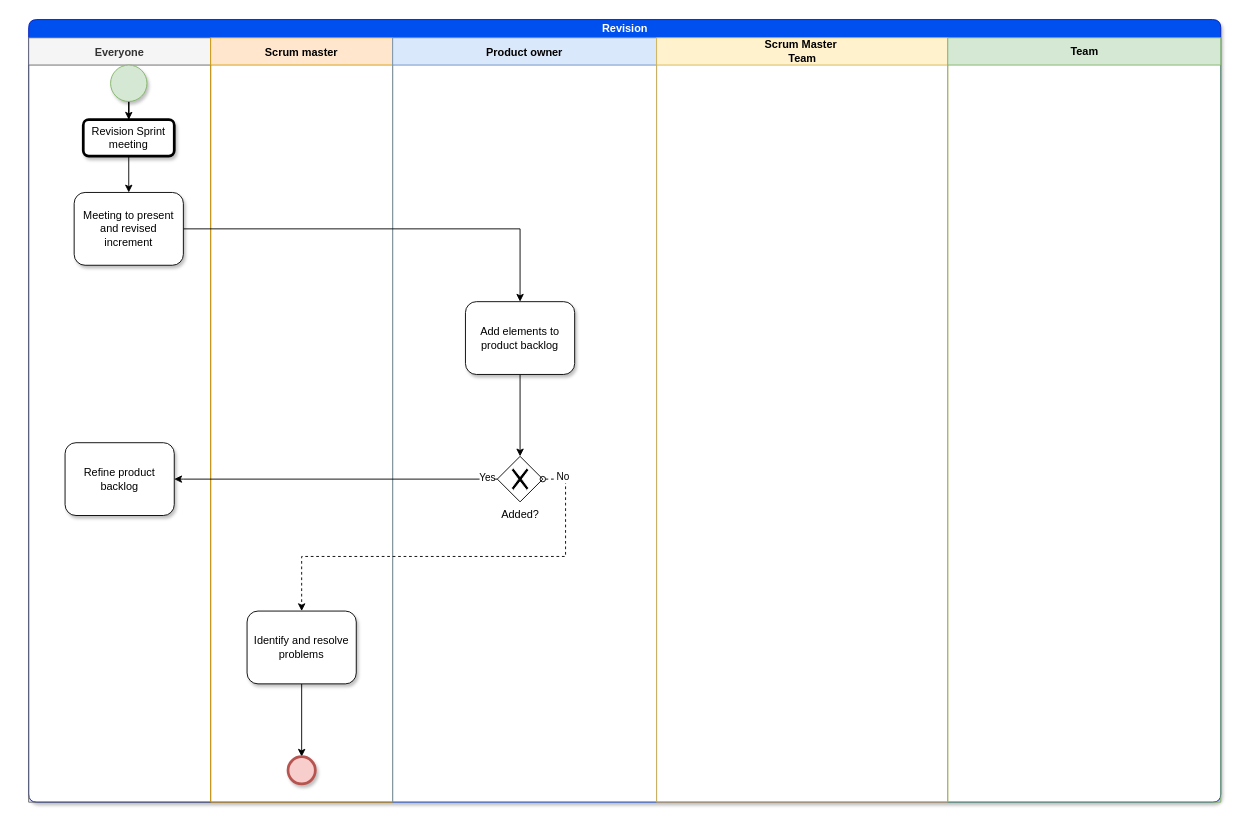
Above: page "Revision" (8 of 11) of BPMN_Pre-game.drawio in JavierCabreraDev/Metodologia_Practica (draw.io), before the change. Source tidied: cells renumbered, new cells numbered last; positions are measured from the earlier drawing's top-left corner, leaving out a move shared by most shapes. Both pictures are drawn from the tidied source at 91%, with x=0, y=0 at pixel (28, 19).
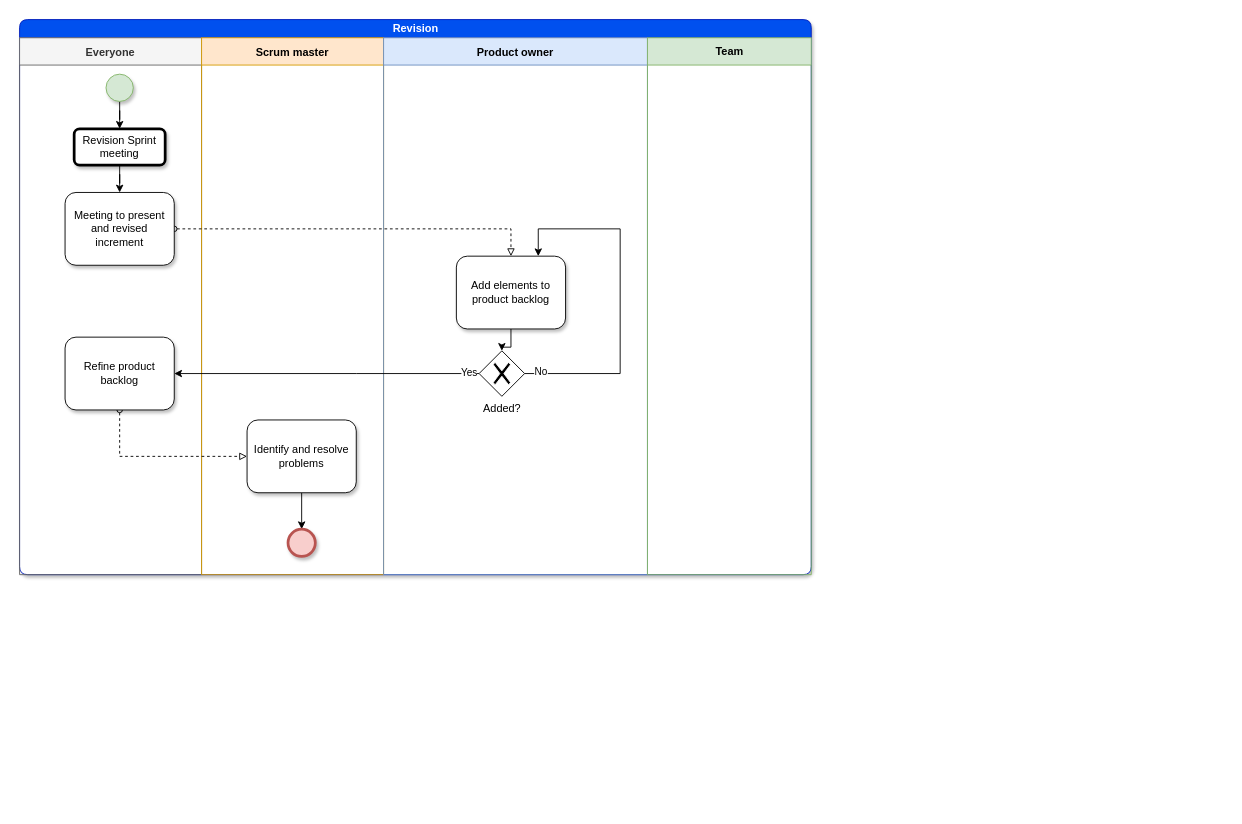
The same diagram, later.

Change to the diagram source:
```diff
@@
     <mxCell id="2" value="Revision" style="swimlane;html=1;startSize=20;shadow=1;glass=0;swimlaneFillColor=#ffffff;fillColor=#0050ef;strokeColor=#001DBC;fontColor=#ffffff;rounded=1;" parent="1" vertex="1">
-      <mxGeometry width="1310" height="860" as="geometry" />
+      <mxGeometry x="-10" width="870" height="610" as="geometry" />
     </mxCell>
     <mxCell id="3" value="Everyone" style="swimlane;startSize=30;fillColor=#f5f5f5;strokeColor=#666666;fontColor=#333333;" parent="2" vertex="1">
-      <mxGeometry y="20" width="200" height="840" as="geometry" />
+      <mxGeometry y="20" width="200" height="590" as="geometry" />
     </mxCell>
     <mxCell id="4" value="Scrum master" style="swimlane;startSize=30;fillColor=#ffe6cc;strokeColor=#d79b00;" parent="2" vertex="1">
-      <mxGeometry x="200" y="20" width="200" height="840" as="geometry" />
+      <mxGeometry x="200" y="20" width="200" height="590" as="geometry" />
     </mxCell>
     <mxCell id="5" value="Product owner" style="swimlane;startSize=30;rounded=0;shadow=0;glass=0;fillColor=#dae8fc;strokeColor=#6c8ebf;" parent="2" vertex="1">
-      <mxGeometry x="400" y="20" width="290" height="840" as="geometry" />
+      <mxGeometry x="400" y="20" width="290" height="590" as="geometry" />
     </mxCell>
     <mxCell id="6" value="Added?" style="shape=mxgraph.bpmn.shape;html=1;verticalLabelPosition=bottom;labelBackgroundColor=#ffffff;verticalAlign=top;align=center;perimeter=rhombusPerimeter;background=gateway;outlineConnect=0;outline=none;symbol=exclusiveGw;" parent="5" vertex="1">
-      <mxGeometry x="115" y="460" width="50" height="50" as="geometry" />
+      <mxGeometry x="105" y="344" width="50" height="50" as="geometry" />
     </mxCell>
-    <mxCell id="7" value="Scrum Master&amp;nbsp;&lt;br&gt;Team" style="swimlane;html=1;startSize=30;fillColor=#fff2cc;strokeColor=#d6b656;" parent="2" vertex="1">
-      <mxGeometry x="690" y="20" width="320" height="840" as="geometry" />
-    </mxCell>
     <mxCell id="8" value="Team" style="swimlane;html=1;startSize=30;fillColor=#d5e8d4;strokeColor=#82b366;" parent="2" vertex="1">
-      <mxGeometry x="1010" y="20" width="300" height="840" as="geometry" />
+      <mxGeometry x="690" y="20" width="180" height="590" as="geometry" />
     </mxCell>
@@
     <mxCell id="10" value="&lt;p&gt;&lt;font style=&quot;font-size: 12px&quot;&gt;Revision Sprint meeting&lt;/font&gt;&lt;/p&gt;" style="shape=ext;rounded=1;html=1;whiteSpace=wrap;strokeWidth=3;shadow=1;glass=0;" parent="1" vertex="1">
-      <mxGeometry x="60" y="110" width="100" height="40" as="geometry" />
+      <mxGeometry x="50" y="120" width="100" height="40" as="geometry" />
     </mxCell>
-    <mxCell id="11" style="edgeStyle=orthogonalEdgeStyle;rounded=0;jettySize=auto;html=1;startArrow=none;startFill=0;endArrow=classic;endFill=1;" parent="1" edge="1" source="12" target="14">
-      <mxGeometry relative="1" as="geometry" />
+    <mxCell id="11" style="edgeStyle=orthogonalEdgeStyle;rounded=0;jettySize=auto;html=1;startArrow=oval;startFill=0;endArrow=block;endFill=0;dashed=1;" parent="1" edge="1" source="12" target="14">
+      <mxGeometry relative="1" as="geometry">
+        <Array as="points">
+          <mxPoint x="530" y="230" />
+        </Array>
+      </mxGeometry>
     </mxCell>
     <mxCell id="12" value="Meeting to present and revised increment" style="shape=ext;rounded=1;html=1;whiteSpace=wrap;shadow=1;glass=0;gradientColor=none;" parent="1" vertex="1">
-      <mxGeometry x="50" y="190" width="120" height="80" as="geometry" />
+      <mxGeometry x="40" y="190" width="120" height="80" as="geometry" />
     </mxCell>
@@
     <mxCell id="14" value="Add elements to product backlog" style="shape=ext;rounded=1;html=1;whiteSpace=wrap;shadow=1;glass=0;gradientColor=none;" parent="1" vertex="1">
-      <mxGeometry x="480" y="310" width="120" height="80" as="geometry" />
+      <mxGeometry x="470" y="260" width="120" height="80" as="geometry" />
     </mxCell>
+    <mxCell id="25" style="edgeStyle=orthogonalEdgeStyle;rounded=0;jettySize=auto;html=1;dashed=1;startArrow=oval;startFill=0;endArrow=block;endFill=0;" parent="1" edge="1" source="15" target="17">
+      <mxGeometry relative="1" as="geometry">
+        <Array as="points">
+          <mxPoint x="100" y="480" />
+        </Array>
+      </mxGeometry>
+    </mxCell>
     <mxCell id="15" value="Refine product backlog" style="shape=ext;rounded=1;html=1;whiteSpace=wrap;shadow=1;glass=0;gradientColor=none;" parent="1" vertex="1">
-      <mxGeometry x="40" y="465" width="120" height="80" as="geometry" />
+      <mxGeometry x="40" y="349" width="120" height="80" as="geometry" />
     </mxCell>
@@
     <mxCell id="17" value="Identify and resolve problems" style="shape=ext;rounded=1;html=1;whiteSpace=wrap;shadow=1;glass=0;gradientColor=none;" parent="1" vertex="1">
-      <mxGeometry x="240" y="650" width="120" height="80" as="geometry" />
+      <mxGeometry x="240" y="440" width="120" height="80" as="geometry" />
     </mxCell>
     <mxCell id="18" style="shape=mxgraph.bpmn.shape;html=1;verticalLabelPosition=bottom;labelBackgroundColor=#ffffff;verticalAlign=top;align=center;perimeter=ellipsePerimeter;outlineConnect=0;outline=end;symbol=general;rounded=0;shadow=1;glass=0;fillColor=#f8cecc;strokeColor=#b85450;" parent="1" vertex="1">
-      <mxGeometry x="285" y="810" width="30" height="30" as="geometry" />
+      <mxGeometry x="285" y="560" width="30" height="30" as="geometry" />
     </mxCell>
@@
     <mxCell id="20" style="ellipse;whiteSpace=wrap;html=1;shadow=1;glass=0;fillColor=#d5e8d4;strokeColor=#82b366;" parent="1" vertex="1">
-      <mxGeometry x="90" y="50" width="40" height="40" as="geometry" />
+      <mxGeometry x="85" y="60" width="30" height="30" as="geometry" />
     </mxCell>
     <mxCell id="21" style="edgeStyle=orthogonalEdgeStyle;rounded=0;jettySize=auto;html=1;entryX=1;entryY=0.5;entryDx=0;entryDy=0;startArrow=none;startFill=0;endArrow=classic;endFill=1;" parent="1" edge="1" source="6" target="15">
       <mxGeometry relative="1" as="geometry">
         <Array as="points">
-          <mxPoint x="170" y="505" />
+          <mxPoint x="360" y="389" />
+          <mxPoint x="360" y="389" />
         </Array>
       </mxGeometry>
     </mxCell>
@@
-    <mxCell id="23" style="edgeStyle=orthogonalEdgeStyle;rounded=0;jettySize=auto;html=1;entryX=0.5;entryY=0;entryDx=0;entryDy=0;startArrow=oval;startFill=0;endArrow=classic;endFill=1;dashed=1;" parent="1" edge="1" source="6" target="17">
+    <mxCell id="23" style="edgeStyle=orthogonalEdgeStyle;rounded=0;jettySize=auto;html=1;entryX=0.75;entryY=0;entryDx=0;entryDy=0;startArrow=none;startFill=0;endArrow=classic;endFill=1;" parent="1" edge="1" source="6" target="14">
       <mxGeometry relative="1" as="geometry">
         <Array as="points">
-          <mxPoint x="590" y="505" />
-          <mxPoint x="590" y="590" />
-          <mxPoint x="300" y="590" />
+          <mxPoint x="650" y="389" />
+          <mxPoint x="650" y="230" />
+          <mxPoint x="560" y="230" />
         </Array>
       </mxGeometry>
     </mxCell>
```
